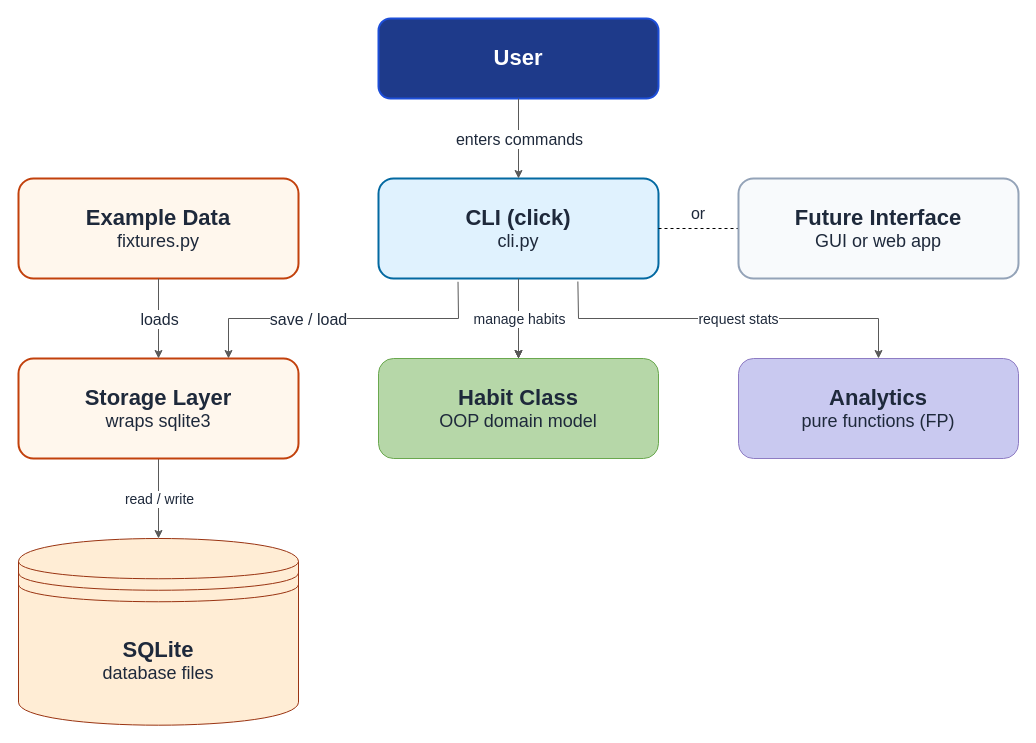
Matasem-h/SimpleFlowcharts keeps this draw.io diagram as OO & FP with Python - Figure 1 - Updated.drawio. Above is the earlier version. Source tidied: cells renumbered, new cells numbered last; positions are measured from the earlier drawing's top-left corner, leaving out a move shared by most shapes. Both pictures are drawn from the tidied source at 100%, with x=0, y=0 at pixel (18, 18).
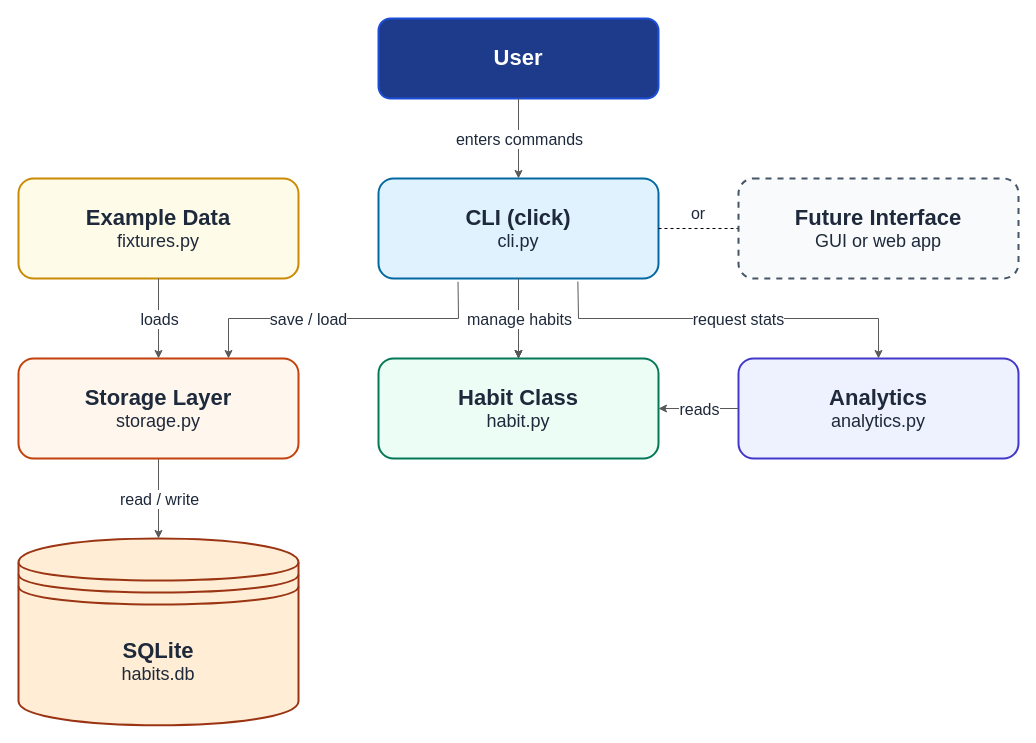
Above is the later version.

The change refers to these unchanged cells:
```xml
<mxCell id="9" style="endArrow=classic;html=1;rounded=0;exitX=0.5;exitY=1;exitDx=0;exitDy=0;entryX=0.5;entryY=0;entryDx=0;entryDy=0;strokeColor=#595959;fontColor=#1E293B;" parent="1" edge="1" source="5" target="3">
  <mxGeometry relative="1" as="geometry" />
</mxCell>
<mxCell id="11" style="endArrow=classic;html=1;rounded=0;entryX=0.5;entryY=0;entryDx=0;entryDy=0;strokeColor=#595959;exitX=0.5;exitY=1;exitDx=0;exitDy=0;fontColor=#1E293B;" parent="1" edge="1" source="18" target="6">
  <mxGeometry relative="1" as="geometry" />
</mxCell>
<mxCell id="13" style="endArrow=classic;html=1;rounded=0;exitX=0.712;exitY=1.03;exitDx=0;exitDy=0;strokeColor=#595959;exitPerimeter=0;entryX=0.5;entryY=0;entryDx=0;entryDy=0;fontColor=#1E293B;" parent="1" edge="1" source="5" target="15">
  <mxGeometry x="0.3" relative="1" as="geometry">
    <Array as="points">
      <mxPoint x="560" y="300" />
      <mxPoint x="860" y="300" />
    </Array>
  </mxGeometry>
</mxCell>
```

The edit, as a diff of the source:
```diff
@@
-    <mxCell id="3" value="&lt;div&gt;&lt;font style=&quot;font-size: 22px;&quot;&gt;&lt;b&gt;Habit Class&lt;/b&gt;&lt;/font&gt;&lt;/div&gt;&lt;div&gt;&lt;font style=&quot;font-size: 18px;&quot;&gt;OOP domain model&lt;/font&gt;&lt;/div&gt;" style="rounded=1;whiteSpace=wrap;html=1;fillColor=#B6D7A8;strokeColor=#6AA84F;fontColor=#1E293B;" parent="1" vertex="1">
+    <mxCell id="3" value="&lt;div&gt;&lt;font style=&quot;font-size: 22px;&quot;&gt;&lt;b&gt;Habit Class&lt;/b&gt;&lt;/font&gt;&lt;/div&gt;&lt;div&gt;&lt;font style=&quot;font-size: 18px;&quot;&gt;habit.py&lt;/font&gt;&lt;/div&gt;" style="rounded=1;whiteSpace=wrap;html=1;fillColor=#ECFDF5;strokeColor=#047857;fontColor=#1E293B;strokeWidth=2;" parent="1" vertex="1">
       <mxGeometry x="360" y="340" width="280" height="100" as="geometry" />
     </mxCell>
@@
-    <mxCell id="6" value="&lt;div&gt;&lt;font style=&quot;font-size: 22px;&quot;&gt;&lt;b&gt;SQLite&lt;/b&gt;&lt;/font&gt;&lt;/div&gt;&lt;div&gt;&lt;font style=&quot;font-size: 18px;&quot;&gt;database files&lt;/font&gt;&lt;/div&gt;" style="shape=datastore;whiteSpace=wrap;html=1;fillColor=#FFEDD5;strokeColor=#9A3412;fontColor=#1E293B;" parent="1" vertex="1">
+    <mxCell id="6" value="&lt;div&gt;&lt;font style=&quot;font-size: 22px;&quot;&gt;&lt;b&gt;SQLite&lt;/b&gt;&lt;/font&gt;&lt;/div&gt;&lt;div&gt;&lt;font style=&quot;font-size: 18px;&quot;&gt;habits.db&lt;/font&gt;&lt;/div&gt;" style="shape=datastore;whiteSpace=wrap;html=1;fillColor=#FFEDD5;strokeColor=#9A3412;fontColor=#1E293B;strokeWidth=2;" parent="1" vertex="1">
       <mxGeometry y="520" width="280" height="186.7" as="geometry" />
     </mxCell>
@@
-    <mxCell id="10" value="&lt;font style=&quot;font-size: 14px;&quot;&gt;manage habits&lt;/font&gt;" style="edgeLabel;html=1;align=center;verticalAlign=middle;fontColor=#1E293B;" parent="9" vertex="1">
+    <mxCell id="10" value="&lt;font style=&quot;font-size: 16px;&quot;&gt;manage habits&lt;/font&gt;" style="edgeLabel;html=1;align=center;verticalAlign=middle;fontColor=#1E293B;" parent="9" vertex="1">
       <mxGeometry relative="1" as="geometry" />
     </mxCell>
@@
-    <mxCell id="12" value="&lt;font style=&quot;font-size: 14px;&quot;&gt;read / write&lt;/font&gt;" style="edgeLabel;html=1;align=center;verticalAlign=middle;fontColor=#1E293B;" parent="11" vertex="1">
+    <mxCell id="12" value="&lt;font style=&quot;font-size: 16px;&quot;&gt;read / write&lt;/font&gt;" style="edgeLabel;html=1;align=center;verticalAlign=middle;fontColor=#1E293B;" parent="11" vertex="1">
       <mxGeometry relative="1" as="geometry" />
     </mxCell>
@@
-    <mxCell id="14" value="&lt;font style=&quot;font-size: 14px;&quot;&gt;request stats&lt;/font&gt;" style="edgeLabel;html=1;align=center;verticalAlign=middle;fontColor=#1E293B;" parent="13" vertex="1">
+    <mxCell id="14" value="&lt;font style=&quot;font-size: 16px;&quot;&gt;request stats&lt;/font&gt;" style="edgeLabel;html=1;align=center;verticalAlign=middle;fontColor=#1E293B;" parent="13" vertex="1">
       <mxGeometry x="0.3" relative="1" as="geometry">
         <mxPoint x="-48" as="offset" />
       </mxGeometry>
     </mxCell>
-    <mxCell id="15" value="&lt;div&gt;&lt;font style=&quot;font-size: 22px;&quot;&gt;&lt;b&gt;Analytics&lt;/b&gt;&lt;/font&gt;&lt;/div&gt;&lt;div&gt;&lt;font style=&quot;font-size: 18px;&quot;&gt;pure functions (FP)&lt;/font&gt;&lt;/div&gt;" style="rounded=1;whiteSpace=wrap;html=1;fillColor=#C9C9F0;strokeColor=#8E7CC3;fontColor=#1E293B;" parent="1" vertex="1">
+    <mxCell id="15" value="&lt;div&gt;&lt;font style=&quot;font-size: 22px;&quot;&gt;&lt;b&gt;Analytics&lt;/b&gt;&lt;/font&gt;&lt;/div&gt;&lt;div&gt;&lt;font style=&quot;font-size: 18px;&quot;&gt;analytics.py&lt;/font&gt;&lt;/div&gt;" style="rounded=1;whiteSpace=wrap;html=1;fillColor=#EEF2FF;strokeColor=#4338CA;fontColor=#1E293B;strokeWidth=2;" parent="1" vertex="1">
       <mxGeometry x="720" y="340" width="280" height="100" as="geometry" />
     </mxCell>
@@
-    <mxCell id="18" value="&lt;div&gt;&lt;font style=&quot;font-size: 22px;&quot;&gt;&lt;b&gt;Storage Layer&lt;/b&gt;&lt;/font&gt;&lt;/div&gt;&lt;div&gt;&lt;font style=&quot;font-size: 18px;&quot;&gt;wraps sqlite3&lt;/font&gt;&lt;/div&gt;" style="rounded=1;whiteSpace=wrap;html=1;fillColor=#FFF7ED;strokeColor=#C2410C;fontColor=#1E293B;strokeWidth=2;" parent="1" vertex="1">
+    <mxCell id="18" value="&lt;div&gt;&lt;font style=&quot;font-size: 22px;&quot;&gt;&lt;b&gt;Storage Layer&lt;/b&gt;&lt;/font&gt;&lt;/div&gt;&lt;div&gt;&lt;font style=&quot;font-size: 18px;&quot;&gt;storage.py&lt;/font&gt;&lt;/div&gt;" style="rounded=1;whiteSpace=wrap;html=1;fillColor=#FFF7ED;strokeColor=#C2410C;fontColor=#1E293B;strokeWidth=2;" parent="1" vertex="1">
       <mxGeometry y="340" width="280" height="100" as="geometry" />
     </mxCell>
@@
-    <mxCell id="20" value="&lt;div&gt;&lt;font style=&quot;font-size: 22px;&quot;&gt;&lt;b&gt;Future Interface&lt;/b&gt;&lt;/font&gt;&lt;/div&gt;&lt;div&gt;&lt;font style=&quot;font-size: 18px;&quot;&gt;GUI or web app&lt;/font&gt;&lt;/div&gt;" style="rounded=1;whiteSpace=wrap;html=1;fillColor=#F8FAFC;strokeColor=#94A3B8;strokeWidth=2;fontColor=#1E293B;" parent="1" vertex="1">
+    <mxCell id="20" value="&lt;div&gt;&lt;font style=&quot;font-size: 22px;&quot;&gt;&lt;b&gt;Future Interface&lt;/b&gt;&lt;/font&gt;&lt;/div&gt;&lt;div&gt;&lt;font style=&quot;font-size: 18px;&quot;&gt;GUI or web app&lt;/font&gt;&lt;/div&gt;" style="rounded=1;whiteSpace=wrap;html=1;fillColor=#F8FAFC;strokeColor=#475569;strokeWidth=2;fontColor=#1E293B;dashed=1;" parent="1" vertex="1">
       <mxGeometry x="720" y="160" width="280" height="100" as="geometry" />
     </mxCell>
@@
-    <mxCell id="22" value="&lt;div&gt;&lt;font style=&quot;font-size: 22px;&quot;&gt;&lt;b&gt;Example Data&lt;/b&gt;&lt;/font&gt;&lt;/div&gt;&lt;div&gt;&lt;font style=&quot;font-size: 18px;&quot;&gt;fixtures.py&lt;/font&gt;&lt;/div&gt;" style="rounded=1;whiteSpace=wrap;html=1;fillColor=#FFF7ED;strokeColor=#C2410C;fontColor=#1E293B;strokeWidth=2;" parent="1" vertex="1">
+    <mxCell id="22" value="&lt;div&gt;&lt;font style=&quot;font-size: 22px;&quot;&gt;&lt;b&gt;Example Data&lt;/b&gt;&lt;/font&gt;&lt;/div&gt;&lt;div&gt;&lt;font style=&quot;font-size: 18px;&quot;&gt;fixtures.py&lt;/font&gt;&lt;/div&gt;" style="rounded=1;whiteSpace=wrap;html=1;fillColor=#FEFCE8;strokeColor=#CA8A04;fontColor=#1E293B;strokeWidth=2;" parent="1" vertex="1">
       <mxGeometry y="160" width="280" height="100" as="geometry" />
     </mxCell>
@@
+    <mxCell id="25" style="endArrow=classic;html=1;rounded=0;strokeColor=#595959;exitX=0;exitY=0.5;exitDx=0;exitDy=0;entryX=1;entryY=0.5;entryDx=0;entryDy=0;fontColor=#1E293B;" parent="1" edge="1" source="15" target="3">
+      <mxGeometry relative="1" as="geometry" />
+    </mxCell>
+    <mxCell id="26" value="&lt;font style=&quot;font-size: 16px;&quot;&gt;reads&lt;/font&gt;" style="edgeLabel;html=1;align=center;verticalAlign=middle;fontColor=#1E293B;" parent="25" vertex="1">
+      <mxGeometry relative="1" as="geometry" />
+    </mxCell>
```
